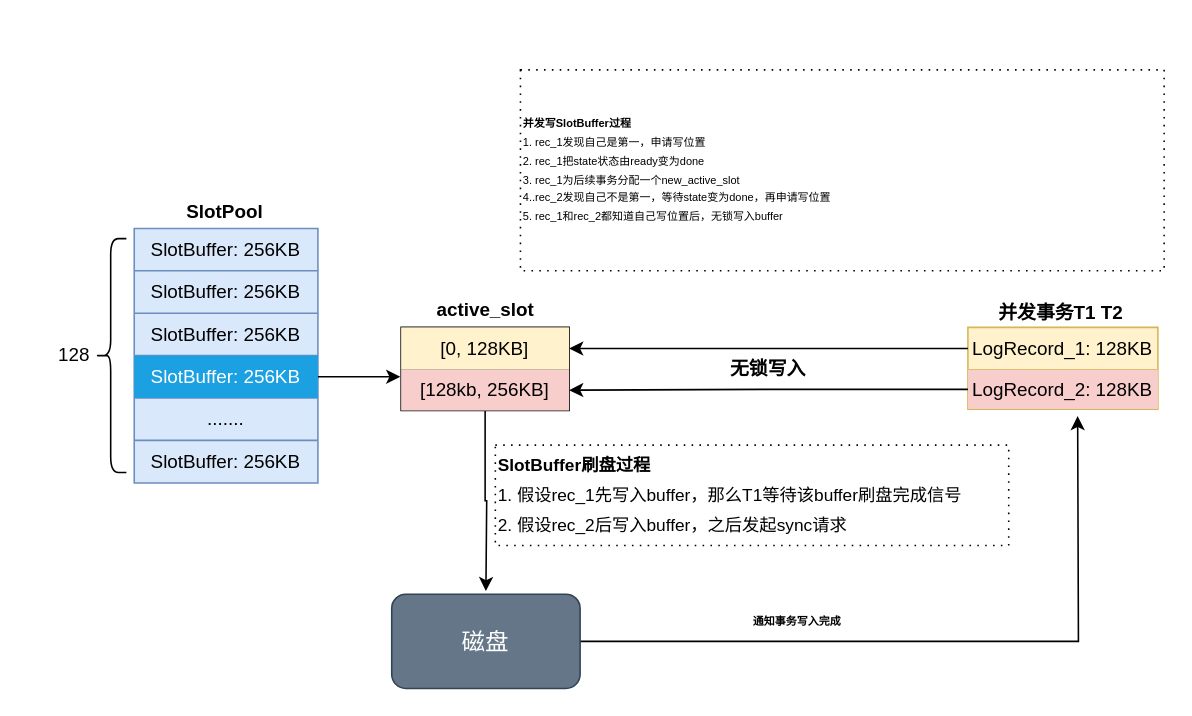
The draw.io diagram Wiredtiger_并发提交.drawio in TimerIzaya/TimerBlogPic, before the edit. Source tidied: cells renumbered, new cells numbered last; positions are measured from the earlier drawing's top-left corner, leaving out a move shared by most shapes. Both pictures are drawn from the tidied source at 157%, with x=0, y=0 at pixel (27, 69).
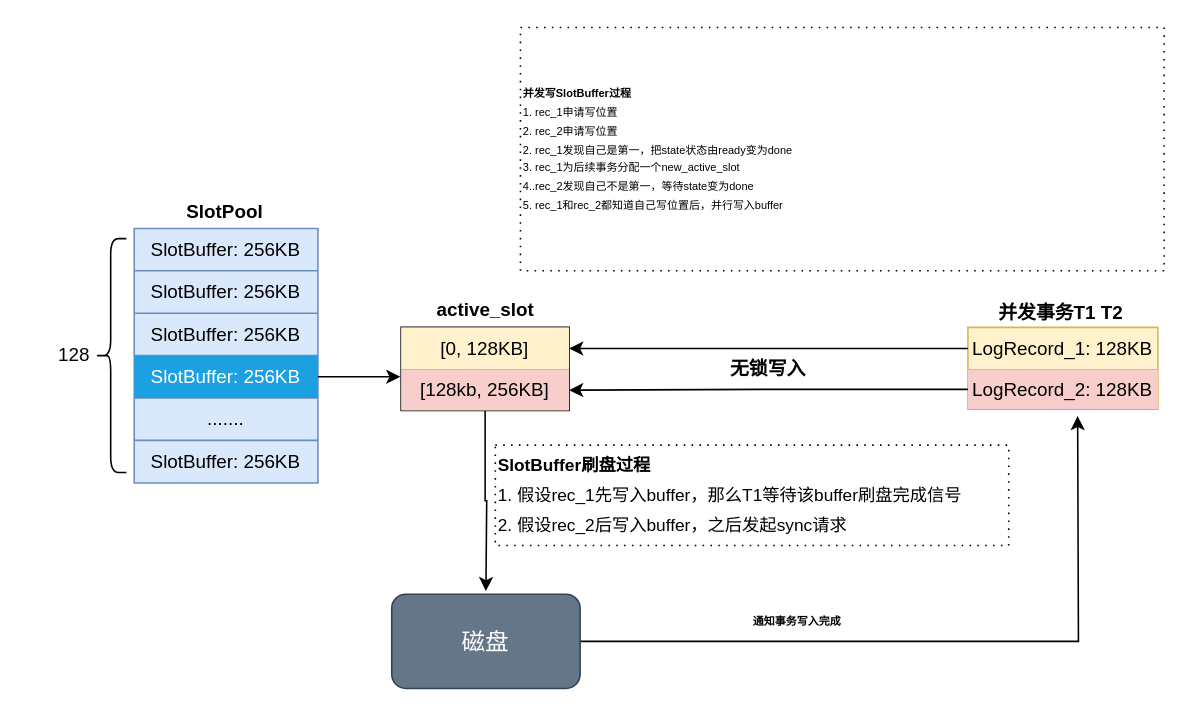
The same page after the edit.

Commit message:
更新Wiredtiger_并发提交.drawio

Change to the diagram source:
```diff
@@
-    <mxCell id="31" value="&lt;font style=&quot;font-size: 7px; line-height: 1.7;&quot;&gt;&lt;b style=&quot;font-size: 7px;&quot;&gt;并发写SlotBuffer过程&lt;/b&gt;&lt;br style=&quot;font-size: 7px;&quot;&gt;1. rec_1发现自己是第一，申请写位置&lt;br style=&quot;font-size: 7px;&quot;&gt;2. rec_1把state状态由ready变为done&lt;br style=&quot;font-size: 7px;&quot;&gt;3. rec_1为后续事务分配一个new_active_slot&lt;br style=&quot;font-size: 7px;&quot;&gt;4..rec_2发现自己不是第一，等待state变为done，再申请写位置&lt;br style=&quot;font-size: 7px;&quot;&gt;5. rec_1和rec_2都知道自己写位置后，无锁写入buffer&lt;br style=&quot;font-size: 7px;&quot;&gt;&lt;/font&gt;" style="text;html=1;align=left;verticalAlign=middle;whiteSpace=wrap;rounded=0;fontSize=7;dashed=1;dashPattern=1 4;labelBackgroundColor=none;strokeColor=default;labelBorderColor=none;spacing=2;" parent="1" vertex="1">
-      <mxGeometry x="314" width="410" height="128" as="geometry" />
+    <mxCell id="31" value="&lt;font style=&quot;font-size: 7px; line-height: 1.7;&quot;&gt;&lt;b style=&quot;font-size: 7px;&quot;&gt;并发写SlotBuffer过程&lt;/b&gt;&lt;br style=&quot;font-size: 7px;&quot;&gt;1. rec_1申请写位置&lt;br&gt;2. rec_2申请写位置&lt;br style=&quot;font-size: 7px;&quot;&gt;2. rec_1发现自己是第一，把state状态由ready变为done&lt;br style=&quot;font-size: 7px;&quot;&gt;3. rec_1为后续事务分配一个new_active_slot&lt;br style=&quot;font-size: 7px;&quot;&gt;4..rec_2发现自己不是第一，等待state变为done&lt;br style=&quot;font-size: 7px;&quot;&gt;5. rec_1和rec_2都知道自己写位置后，并行写入buffer&lt;br style=&quot;font-size: 7px;&quot;&gt;&lt;/font&gt;" style="text;html=1;align=left;verticalAlign=middle;whiteSpace=wrap;rounded=0;fontSize=7;dashed=1;dashPattern=1 4;labelBackgroundColor=none;strokeColor=default;labelBorderColor=none;spacing=2;" parent="1" vertex="1">
+      <mxGeometry x="314" y="-27" width="410" height="155" as="geometry" />
     </mxCell>
```
